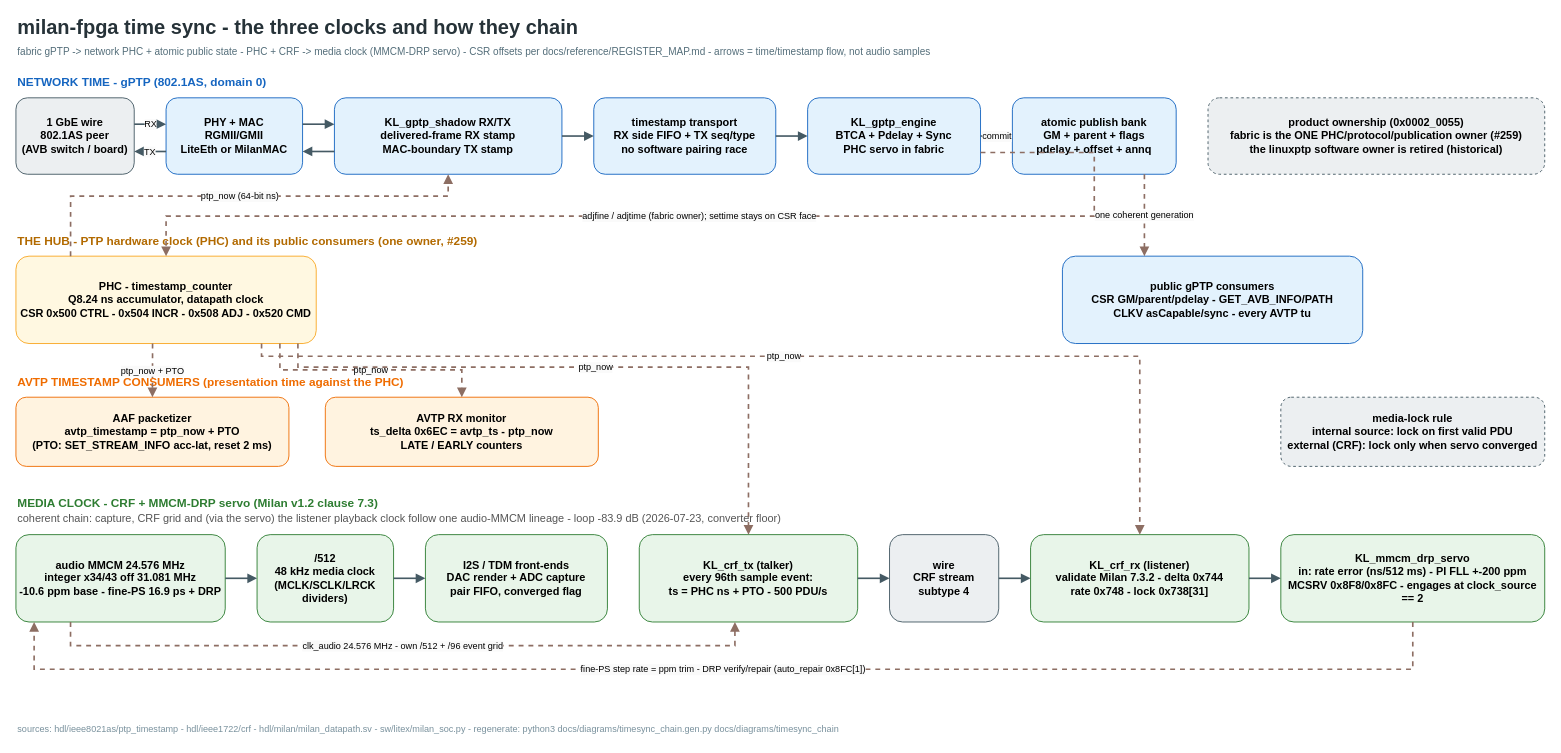
Before: docs/diagrams/timesync_chain.drawio in kebag-logic/milan-fpga, a draw.io diagram. Source tidied: cells renumbered, new cells numbered last; positions are measured from the earlier drawing's top-left corner, leaving out a move shared by most shapes. Both pictures are drawn from the tidied source at 91%, with x=0, y=0 at pixel (15, 17).
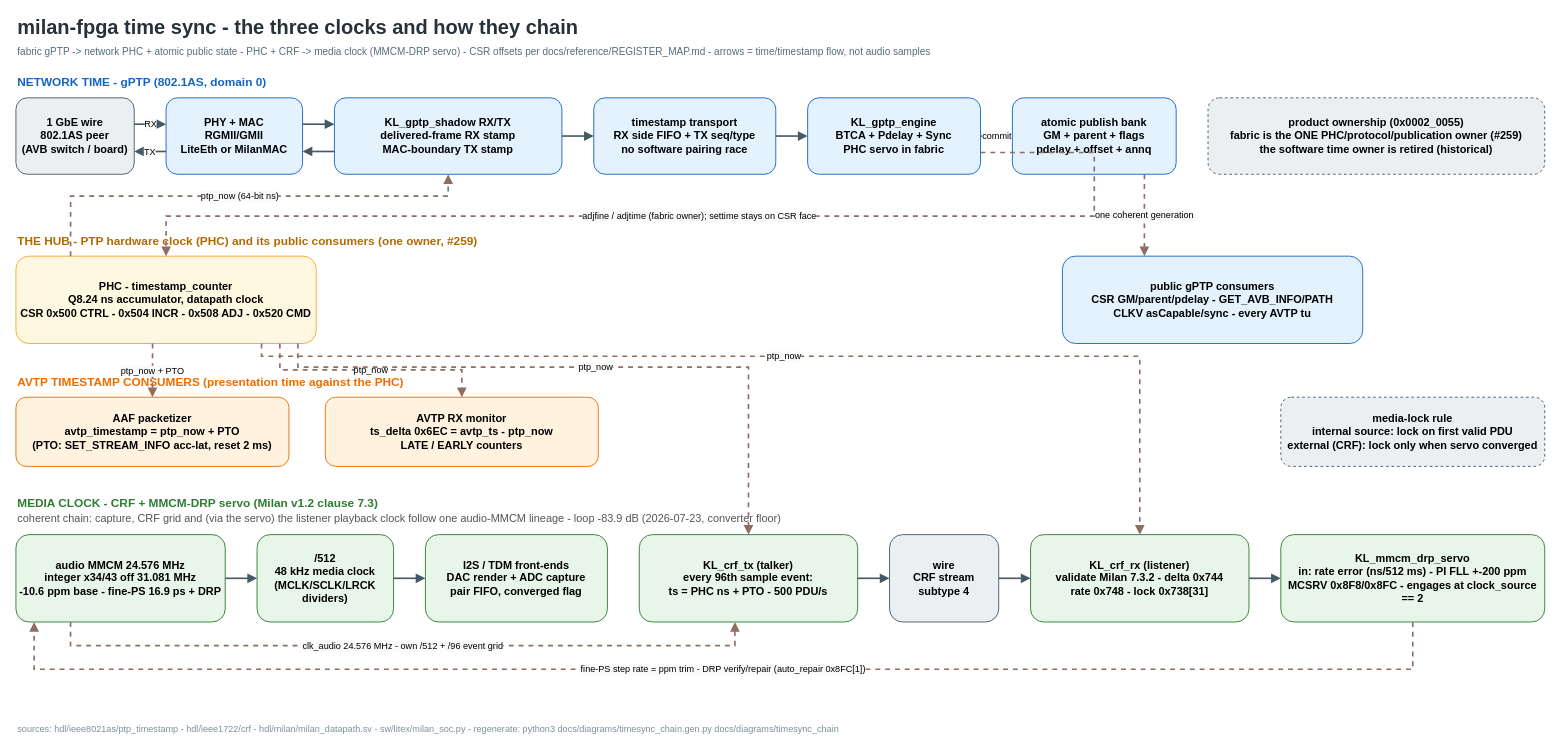
The same diagram, later.

The edit, as a diff of the source:
```diff
@@
-    <mxCell id="8" value="product ownership (0x0002_0055)&#10;fabric is the ONE PHC/protocol/publication owner (#259)&#10;the linuxptp software owner is retired (historical)" style="rounded=1;whiteSpace=wrap;html=1;fillColor=#ECEFF1;strokeColor=#455A64;fontSize=12;align=center;verticalAlign=middle;dashed=1;fontStyle=1;" parent="1" vertex="1">
+    <mxCell id="8" value="product ownership (0x0002_0055)&#10;fabric is the ONE PHC/protocol/publication owner (#259)&#10;the software time owner is retired (historical)" style="rounded=1;whiteSpace=wrap;html=1;fillColor=#ECEFF1;strokeColor=#455A64;fontSize=12;align=center;verticalAlign=middle;dashed=1;fontStyle=1;" parent="1" vertex="1">
       <mxGeometry x="1310" y="88" width="370" height="84" as="geometry" />
     </mxCell>
```
